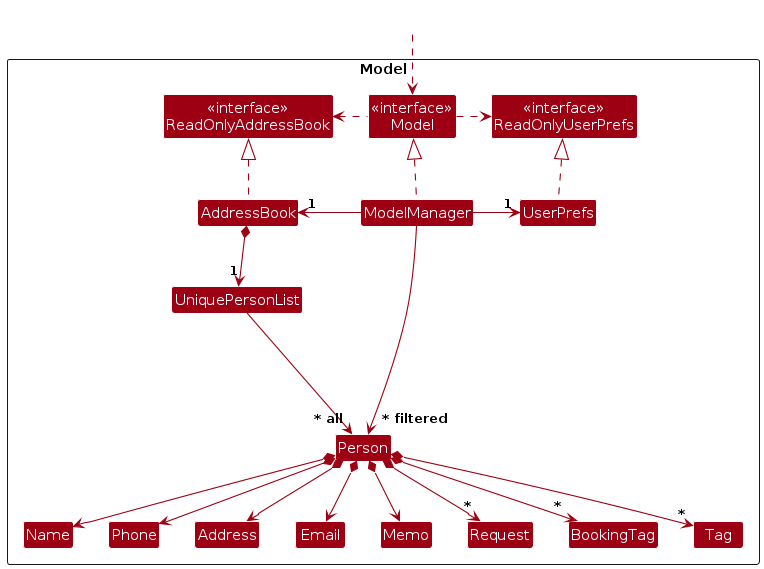
The PlantUML diagram diagrams/ModelClassDiagram.png in AY2425S2-CS2103T-T16-2/tp, before a commit. Its source is kept beside it as diagrams/ModelClassDiagram.puml.
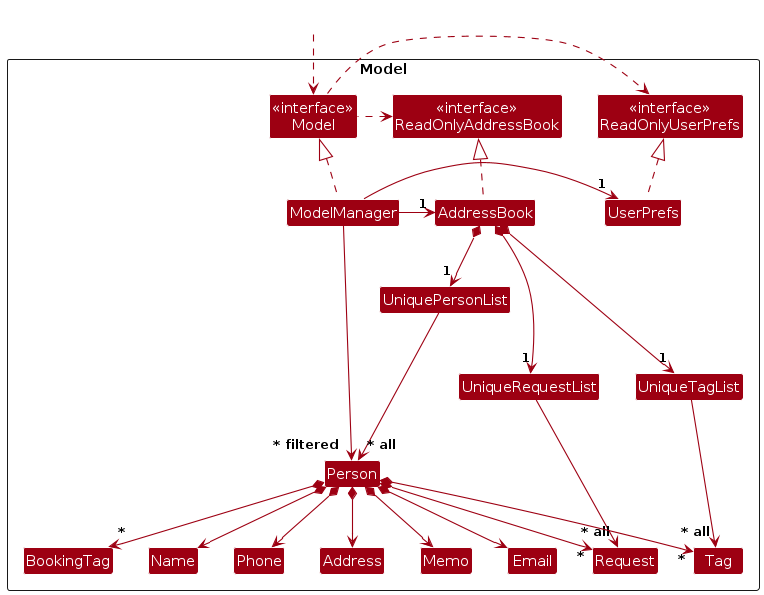
After the change.

What changed in the source:
```diff
@@ -13,6 +13,8 @@
 Class UserPrefs
 
 Class UniquePersonList
+Class UniqueTagList
+Class UniqueRequestList
 Class Person
 Class Address
 Class Email
@@ -39,7 +41,11 @@
 UserPrefs .up.|> ReadOnlyUserPrefs
 
 AddressBook *--> "1" UniquePersonList
+AddressBook *--> "1" UniqueRequestList
+AddressBook *--> "1" UniqueTagList
 UniquePersonList --> "~* all" Person
+UniqueRequestList --> "~* all" Request
+UniqueTagList --> "~* all" Tag
 Person *--> Name
 Person *--> Phone
 Person *--> Email
```
